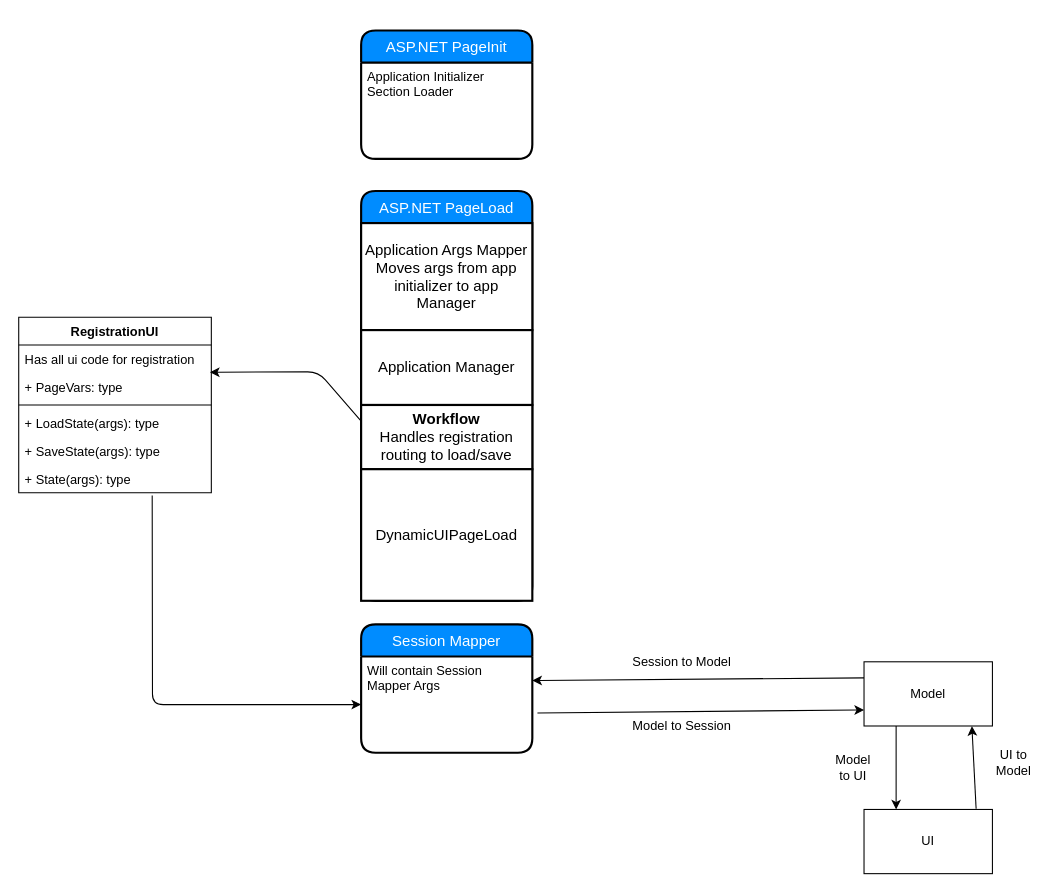
The draw.io diagram PublicRegistrationClassDiagram.drawio in shelbyharris/Registration, before the edit. Source tidied: cells renumbered, new cells numbered last; positions are measured from the earlier drawing's top-left corner, leaving out a move shared by most shapes. Both pictures are drawn from the tidied source at 107%, with x=0, y=0 at pixel (18, 30).
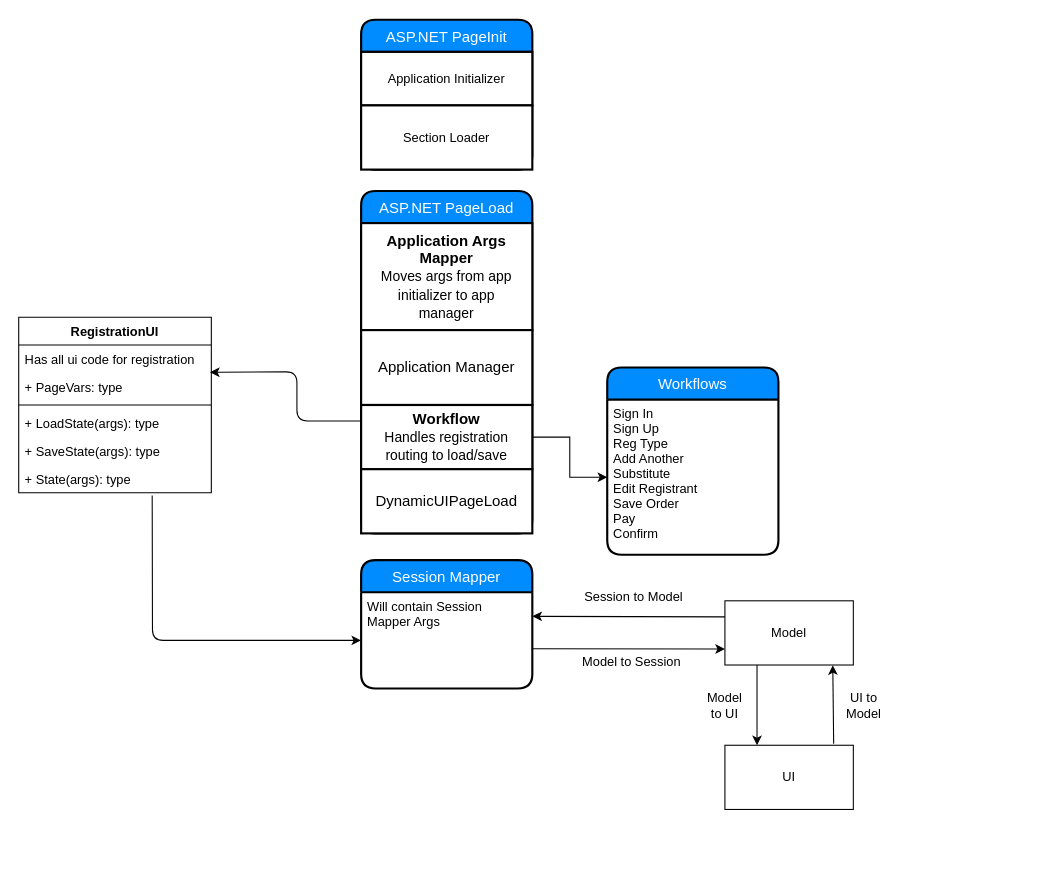
Above is the later version.

The change refers to these unchanged cells:
```xml
<mxCell id="3" value="Has all ui code for registration" style="text;strokeColor=none;fillColor=none;align=left;verticalAlign=top;spacingLeft=4;spacingRight=4;overflow=hidden;points=[[0,0.5],[1,0.5]];portConstraint=eastwest;" parent="2" vertex="1">
  <mxGeometry y="26" width="180" height="26" as="geometry" />
</mxCell>
<mxCell id="8" value="+ State(args): type" style="text;strokeColor=none;fillColor=none;align=left;verticalAlign=top;spacingLeft=4;spacingRight=4;overflow=hidden;points=[[0,0.5],[1,0.5]];portConstraint=eastwest;" parent="2" vertex="1">
  <mxGeometry y="138" width="180" height="26" as="geometry" />
</mxCell>
<mxCell id="28" value="Will contain Session &#10;Mapper Args" style="align=left;strokeColor=none;fillColor=none;spacingLeft=4;fontSize=12;verticalAlign=top;" parent="27" vertex="1">
  <mxGeometry y="30" width="160" height="90" as="geometry" />
</mxCell>
```

Change to the diagram source:
```diff
@@
     <mxCell id="9" value="Model" style="rounded=0;whiteSpace=wrap;html=1;" parent="1" vertex="1">
-      <mxGeometry x="790" y="590" width="120" height="60" as="geometry" />
+      <mxGeometry x="660" y="533" width="120" height="60" as="geometry" />
     </mxCell>
     <mxCell id="10" value="UI" style="rounded=0;whiteSpace=wrap;html=1;" parent="1" vertex="1">
-      <mxGeometry x="790" y="728" width="120" height="60" as="geometry" />
+      <mxGeometry x="660" y="668" width="120" height="60" as="geometry" />
     </mxCell>
-    <mxCell id="11" style="endArrow=classic;html=1;exitX=1.03;exitY=0.587;exitDx=0;exitDy=0;exitPerimeter=0;entryX=0;entryY=0.75;entryDx=0;entryDy=0;" parent="1" edge="1" source="28" target="9">
+    <mxCell id="11" style="endArrow=classic;html=1;exitX=0.997;exitY=0.587;exitDx=0;exitDy=0;exitPerimeter=0;entryX=0;entryY=0.75;entryDx=0;entryDy=0;" parent="1" edge="1" source="28" target="9">
       <mxGeometry relative="1" as="geometry" />
     </mxCell>
     <mxCell id="12" value="Session to Model" style="text;html=1;strokeColor=none;fillColor=none;align=center;verticalAlign=middle;whiteSpace=wrap;rounded=0;" parent="1" vertex="1">
-      <mxGeometry x="565" y="580" width="110" height="20" as="geometry" />
+      <mxGeometry x="520" y="520" width="110" height="20" as="geometry" />
     </mxCell>
@@
     <mxCell id="14" value="Model to Session" style="text;html=1;strokeColor=none;fillColor=none;align=center;verticalAlign=middle;whiteSpace=wrap;rounded=0;" parent="1" vertex="1">
-      <mxGeometry x="565" y="640" width="110" height="20" as="geometry" />
+      <mxGeometry x="518" y="580" width="110" height="20" as="geometry" />
     </mxCell>
@@
-    <mxCell id="16" style="endArrow=classic;html=1;entryX=0.84;entryY=1.003;entryDx=0;entryDy=0;entryPerimeter=0;exitX=0.873;exitY=-0.01;exitDx=0;exitDy=0;exitPerimeter=0;" parent="1" edge="1" source="10" target="9">
+    <mxCell id="16" style="endArrow=classic;html=1;entryX=0.84;entryY=1.003;entryDx=0;entryDy=0;entryPerimeter=0;exitX=0.847;exitY=-0.023;exitDx=0;exitDy=0;exitPerimeter=0;" parent="1" edge="1" source="10" target="9">
       <mxGeometry relative="1" as="geometry" />
     </mxCell>
     <mxCell id="17" value="Model to UI" style="text;html=1;strokeColor=none;fillColor=none;align=center;verticalAlign=middle;whiteSpace=wrap;rounded=0;" parent="1" vertex="1">
-      <mxGeometry x="760" y="669" width="40" height="40" as="geometry" />
+      <mxGeometry x="640" y="610.5" width="40" height="40" as="geometry" />
     </mxCell>
     <mxCell id="18" value="UI to Model" style="text;html=1;strokeColor=none;fillColor=none;align=center;verticalAlign=middle;whiteSpace=wrap;rounded=0;" parent="1" vertex="1">
-      <mxGeometry x="910" y="663.5" width="40" height="41" as="geometry" />
+      <mxGeometry x="770" y="610" width="40" height="41" as="geometry" />
     </mxCell>
     <mxCell id="19" value="ASP.NET PageInit" style="swimlane;horizontal=1;startSize=30;fillColor=#008cff;fontColor=#FFFFFF;rounded=1;fontSize=14;fontStyle=0;strokeWidth=2;shadow=0;dashed=0;align=center;" parent="1" vertex="1">
-      <mxGeometry x="320" width="160" height="120" as="geometry" />
+      <mxGeometry x="320" y="-10" width="160" height="140" as="geometry" />
     </mxCell>
-    <mxCell id="20" value="Application Initializer&#10;Section Loader" style="align=left;strokeColor=none;fillColor=none;spacingLeft=4;fontSize=12;verticalAlign=top;" parent="19" vertex="1">
-      <mxGeometry y="30" width="160" height="90" as="geometry" />
-    </mxCell>
+    <mxCell id="30" value="&lt;span style=&quot;font-size: 12px ; text-align: left ; white-space: nowrap&quot;&gt;Application Initializer&lt;/span&gt;" style="strokeWidth=2;whiteSpace=wrap;html=1;align=center;fontSize=14;" parent="19" vertex="1">
+      <mxGeometry y="30" width="160" height="50" as="geometry" />
+    </mxCell>
+    <mxCell id="31" value="&lt;span style=&quot;font-size: 12px ; text-align: left ; white-space: nowrap&quot;&gt;Section Loader&lt;/span&gt;" style="strokeWidth=2;whiteSpace=wrap;html=1;align=center;fontSize=14;" parent="19" vertex="1">
+      <mxGeometry y="80" width="160" height="60" as="geometry" />
+    </mxCell>
     <mxCell id="21" value="ASP.NET PageLoad" style="swimlane;horizontal=1;startSize=30;fillColor=#008cff;fontColor=#FFFFFF;rounded=1;fontSize=14;fontStyle=0;strokeWidth=2;shadow=0;dashed=0;align=center;" parent="1" vertex="1">
-      <mxGeometry x="320" y="150" width="160" height="383" as="geometry" />
+      <mxGeometry x="320" y="150" width="160" height="320" as="geometry" />
     </mxCell>
-    <mxCell id="22" value="Application Args Mapper&lt;br&gt;Moves args from app&lt;br&gt;initializer to app&lt;br&gt;Manager" style="strokeWidth=2;whiteSpace=wrap;html=1;align=center;fontSize=14;" parent="21" vertex="1">
+    <mxCell id="22" value="&lt;b&gt;Application Args Mapper&lt;/b&gt;&lt;br&gt;&lt;font style=&quot;font-size: 13px&quot;&gt;Moves args from app&lt;br&gt;initializer to app&lt;br&gt;manager&lt;/font&gt;" style="strokeWidth=2;whiteSpace=wrap;html=1;align=center;fontSize=14;" parent="21" vertex="1">
       <mxGeometry y="30" width="160" height="100" as="geometry" />
     </mxCell>
@@
-    <mxCell id="24" value="&lt;b&gt;Workflow&lt;/b&gt;&lt;br&gt;Handles registration routing to load/save" style="strokeWidth=2;whiteSpace=wrap;html=1;align=center;fontSize=14;" parent="21" vertex="1">
+    <mxCell id="24" value="&lt;b&gt;Workflow&lt;/b&gt;&lt;br&gt;&lt;font style=&quot;font-size: 13px&quot;&gt;Handles registration routing to load/save&lt;/font&gt;" style="strokeWidth=2;whiteSpace=wrap;html=1;align=center;fontSize=14;" parent="21" vertex="1">
       <mxGeometry y="200" width="160" height="60" as="geometry" />
     </mxCell>
     <mxCell id="25" value="DynamicUIPageLoad" style="strokeWidth=2;whiteSpace=wrap;html=1;align=center;fontSize=14;" parent="21" vertex="1">
-      <mxGeometry y="260" width="160" height="123" as="geometry" />
+      <mxGeometry y="260" width="160" height="60" as="geometry" />
     </mxCell>
     <mxCell id="26" style="endArrow=classic;html=1;exitX=0;exitY=0.25;exitDx=0;exitDy=0;entryX=0.993;entryY=0.977;entryDx=0;entryDy=0;entryPerimeter=0;" parent="1" edge="1" source="24" target="3">
       <mxGeometry relative="1" as="geometry">
         <Array as="points">
-          <mxPoint x="280" y="319" />
+          <mxPoint x="260" y="365" />
+          <mxPoint x="260" y="319" />
         </Array>
       </mxGeometry>
     </mxCell>
     <mxCell id="27" value="Session Mapper" style="swimlane;horizontal=1;startSize=30;fillColor=#008cff;fontColor=#FFFFFF;rounded=1;fontSize=14;fontStyle=0;strokeWidth=2;shadow=0;dashed=0;align=center;" parent="1" vertex="1">
-      <mxGeometry x="320" y="555" width="160" height="120" as="geometry" />
+      <mxGeometry x="320" y="495" width="160" height="120" as="geometry" />
     </mxCell>
@@
     <mxCell id="29" style="endArrow=classic;html=1;exitX=0.693;exitY=1.1;exitDx=0;exitDy=0;exitPerimeter=0;entryX=0;entryY=0.5;entryDx=0;entryDy=0;" parent="1" edge="1" source="8" target="28">
       <mxGeometry relative="1" as="geometry">
         <Array as="points">
-          <mxPoint x="125" y="630" />
+          <mxPoint x="125" y="570" />
         </Array>
       </mxGeometry>
     </mxCell>
+    <mxCell id="32" value="Workflows" style="swimlane;horizontal=1;startSize=30;fillColor=#008cff;fontColor=#FFFFFF;rounded=1;fontSize=14;fontStyle=0;strokeWidth=2;shadow=0;dashed=0;align=center;" parent="1" vertex="1">
+      <mxGeometry x="550" y="315" width="160" height="175" as="geometry" />
+    </mxCell>
+    <mxCell id="33" value="Sign In&#10;Sign Up&#10;Reg Type&#10;Add Another&#10;Substitute&#10;Edit Registrant&#10;Save Order&#10;Pay&#10;Confirm" style="align=left;strokeColor=none;fillColor=none;spacingLeft=4;fontSize=12;verticalAlign=top;" parent="32" vertex="1">
+      <mxGeometry y="30" width="160" height="145" as="geometry" />
+    </mxCell>
+    <mxCell id="34" style="edgeStyle=orthogonalEdgeStyle;rounded=0;jettySize=auto;html=1;" parent="1" edge="1" source="24" target="33">
+      <mxGeometry relative="1" as="geometry" />
+    </mxCell>
```
